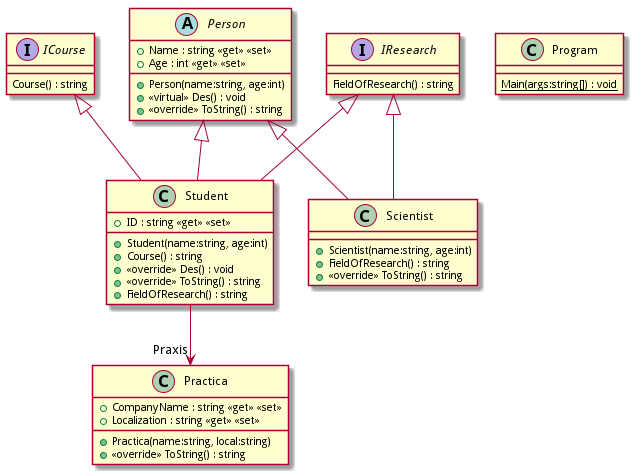
Above: TestUML/include.png in mmachel/Basics (PlantUML), before the change.
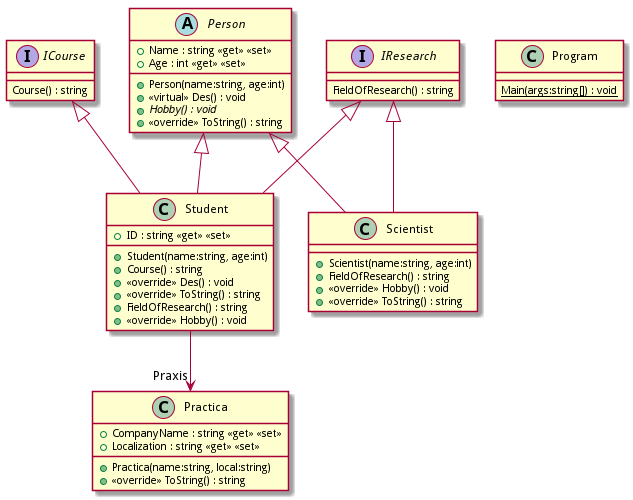
The same file after the commit.

Commit message:
Add new class diagramm

Change to the diagram source:
```diff
@@ -10,6 +10,7 @@
     + Age : int <<get>> <<set>>
     + Person(name:string, age:int)
     + <<virtual>> Des() : void
+    + {abstract} Hobby() : void
     + <<override>> ToString() : string
 }
 class Practica {
@@ -25,10 +26,12 @@
     + <<override>> Des() : void
     + <<override>> ToString() : string
     + FieldOfResearch() : string
+    + <<override>> Hobby() : void
 }
 class Scientist {
     + Scientist(name:string, age:int)
     + FieldOfResearch() : string
+    + <<override>> Hobby() : void
     + <<override>> ToString() : string
 }
 class Program {
```
